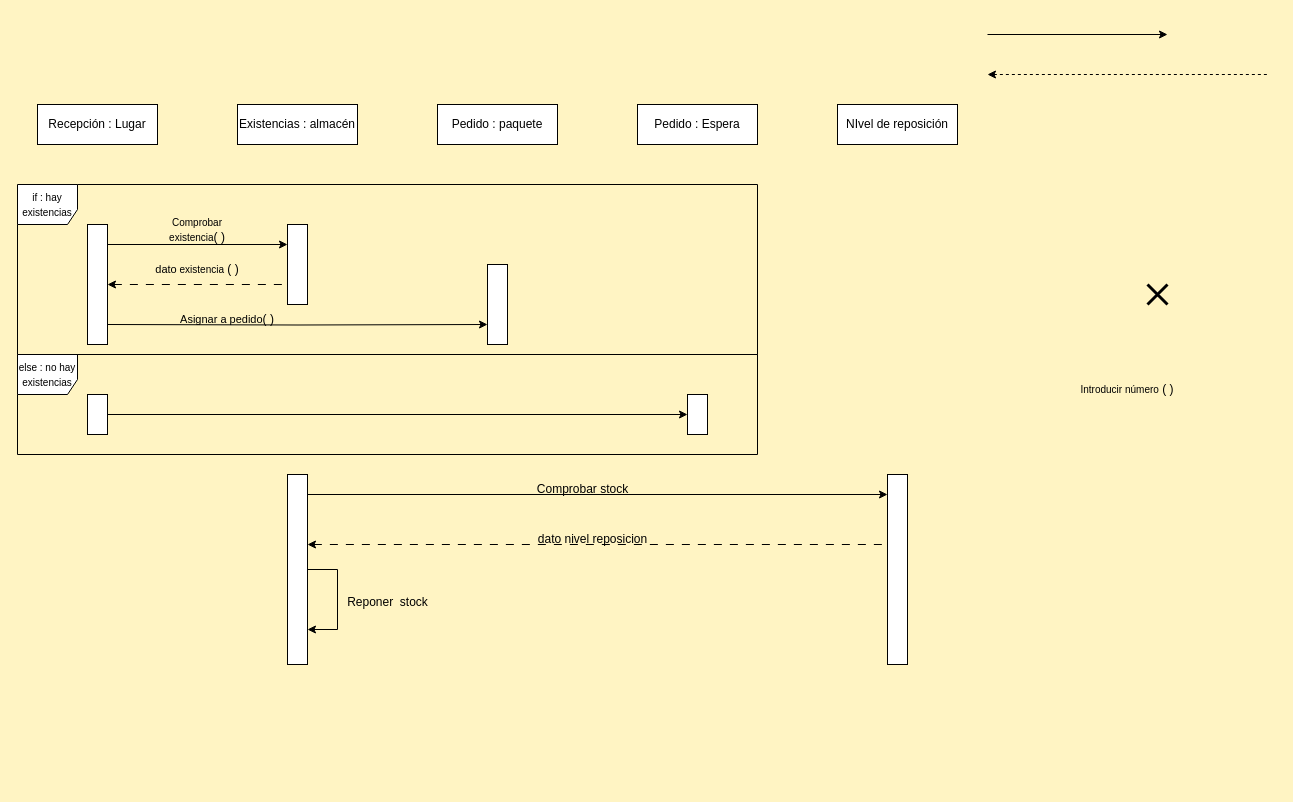
This is 02_Entornos de desarrollo/UT_6/Ejercicios06/Ejercicios/Ejer09/Ejer09.drawio from antgomper/Curso_23-24_DAW, a draw.io file, before an edit. Source tidied: cells renumbered, new cells numbered last; positions are measured from the earlier drawing's top-left corner, leaving out a move shared by most shapes. Both pictures are drawn from the tidied source at 100%, with x=0, y=0 at pixel (17, 34).
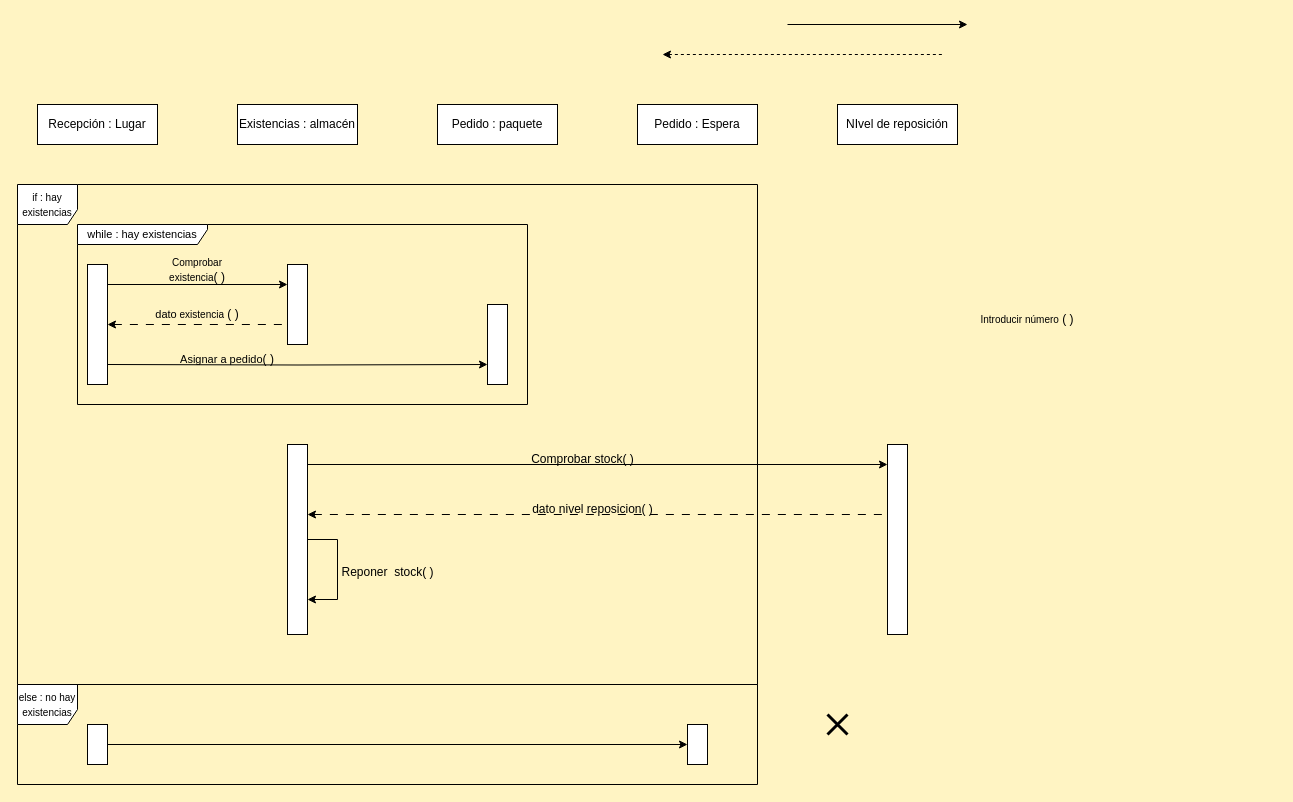
After the change.

Commit message (it also covers changes not shown here):
mas de entornos

What changed in the source:
```diff
@@
     <mxCell id="3" style="rounded=0;whiteSpace=wrap;html=1;" parent="1" vertex="1">
-      <mxGeometry x="70" y="190" width="20" height="120" as="geometry" />
+      <mxGeometry x="70" y="230" width="20" height="120" as="geometry" />
     </mxCell>
     <mxCell id="4" value="&lt;font style=&quot;font-size: 10px;&quot;&gt;Introducir número&lt;/font&gt; ( )" style="text;html=1;align=center;verticalAlign=middle;whiteSpace=wrap;rounded=0;" parent="1" vertex="1">
-      <mxGeometry x="1060" y="340" width="100" height="30" as="geometry" />
+      <mxGeometry x="960" y="270" width="100" height="30" as="geometry" />
     </mxCell>
     <mxCell id="5" style="edgeStyle=orthogonalEdgeStyle;rounded=0;orthogonalLoop=1;jettySize=auto;html=1;exitX=1;exitY=0.5;exitDx=0;exitDy=0;startArrow=classic;startFill=1;endArrow=none;endFill=0;dashed=1;" parent="1" edge="1">
       <mxGeometry relative="1" as="geometry">
-        <mxPoint x="970" y="40" as="sourcePoint" />
-        <mxPoint x="1250" y="40" as="targetPoint" />
+        <mxPoint x="645" y="20" as="sourcePoint" />
+        <mxPoint x="925" y="20" as="targetPoint" />
       </mxGeometry>
     </mxCell>
     <mxCell id="6" style="shape=umlDestroy;whiteSpace=wrap;html=1;strokeWidth=3;targetShapes=umlLifeline;" parent="1" vertex="1">
-      <mxGeometry x="1130" y="250" width="20" height="20" as="geometry" />
+      <mxGeometry x="810" y="680" width="20" height="20" as="geometry" />
     </mxCell>
     <mxCell id="7" style="edgeStyle=orthogonalEdgeStyle;rounded=0;jettySize=auto;html=1;exitX=1;exitY=0.5;exitDx=0;exitDy=0;entryX=0;entryY=0.75;entryDx=0;entryDy=0;" parent="1" edge="1" target="18">
       <mxGeometry relative="1" as="geometry">
-        <mxPoint x="90" y="290" as="sourcePoint" />
+        <mxPoint x="90" y="330" as="sourcePoint" />
       </mxGeometry>
     </mxCell>
@@
     <mxCell id="11" style="rounded=0;whiteSpace=wrap;html=1;" parent="1" vertex="1">
-      <mxGeometry x="270" y="190" width="20" height="80" as="geometry" />
+      <mxGeometry x="270" y="230" width="20" height="80" as="geometry" />
     </mxCell>
     <mxCell id="12" style="edgeStyle=orthogonalEdgeStyle;rounded=0;orthogonalLoop=1;jettySize=auto;html=1;exitX=1;exitY=0.25;exitDx=0;exitDy=0;entryX=0;entryY=0.25;entryDx=0;entryDy=0;" parent="1" edge="1">
       <mxGeometry relative="1" as="geometry">
-        <mxPoint x="970" as="sourcePoint" />
-        <mxPoint x="1150" as="targetPoint" />
+        <mxPoint x="770" y="-10" as="sourcePoint" />
+        <mxPoint x="950" y="-10" as="targetPoint" />
       </mxGeometry>
     </mxCell>
     <mxCell id="13" style="edgeStyle=orthogonalEdgeStyle;rounded=0;orthogonalLoop=1;jettySize=auto;html=1;exitX=1;exitY=0.25;exitDx=0;exitDy=0;entryX=0;entryY=0.25;entryDx=0;entryDy=0;" parent="1" edge="1">
       <mxGeometry relative="1" as="geometry">
-        <mxPoint x="90" y="210" as="sourcePoint" />
-        <mxPoint x="270" y="210" as="targetPoint" />
+        <mxPoint x="90" y="250" as="sourcePoint" />
+        <mxPoint x="270" y="250" as="targetPoint" />
       </mxGeometry>
     </mxCell>
     <mxCell id="14" value="&lt;font style=&quot;font-size: 10px;&quot;&gt;Comprobar&lt;/font&gt;&lt;font style=&quot;font-size: 10px;&quot;&gt; &lt;/font&gt;&lt;font style=&quot;font-size: 10px;&quot;&gt;existencia&lt;/font&gt;( )" style="text;html=1;align=center;verticalAlign=middle;whiteSpace=wrap;rounded=0;" parent="1" vertex="1">
-      <mxGeometry x="130" y="180" width="100" height="30" as="geometry" />
+      <mxGeometry x="130" y="220" width="100" height="30" as="geometry" />
     </mxCell>
     <mxCell id="15" value="&lt;font style=&quot;font-size: 11px;&quot;&gt;dato&lt;/font&gt;&lt;font style=&quot;font-size: 10px;&quot;&gt; &lt;/font&gt;&lt;font style=&quot;font-size: 10px;&quot;&gt;existencia&lt;/font&gt; ( )" style="text;html=1;align=center;verticalAlign=middle;whiteSpace=wrap;rounded=0;" parent="1" vertex="1">
-      <mxGeometry x="130" y="220" width="100" height="30" as="geometry" />
+      <mxGeometry x="130" y="265" width="100" height="30" as="geometry" />
     </mxCell>
     <mxCell id="16" style="edgeStyle=orthogonalEdgeStyle;rounded=0;orthogonalLoop=1;jettySize=auto;html=1;exitX=1;exitY=0.25;exitDx=0;exitDy=0;entryX=0;entryY=0.25;entryDx=0;entryDy=0;startArrow=classic;startFill=1;endArrow=none;endFill=0;dashed=1;dashPattern=8 8;" parent="1" edge="1">
       <mxGeometry relative="1" as="geometry">
-        <mxPoint x="90" y="250" as="sourcePoint" />
-        <mxPoint x="270" y="250" as="targetPoint" />
+        <mxPoint x="90" y="290" as="sourcePoint" />
+        <mxPoint x="270" y="290" as="targetPoint" />
       </mxGeometry>
     </mxCell>
     <mxCell id="17" value="&lt;font style=&quot;font-size: 10px;&quot;&gt;if : hay existencias&lt;/font&gt;" style="shape=umlFrame;whiteSpace=wrap;html=1;width=60;height=40;" parent="1" vertex="1">
-      <mxGeometry y="150" width="740" height="170" as="geometry" />
+      <mxGeometry y="150" width="740" height="500" as="geometry" />
     </mxCell>
     <mxCell id="18" style="rounded=0;whiteSpace=wrap;html=1;" parent="1" vertex="1">
-      <mxGeometry x="470" y="230" width="20" height="80" as="geometry" />
+      <mxGeometry x="470" y="270" width="20" height="80" as="geometry" />
     </mxCell>
     <mxCell id="19" value="&lt;font style=&quot;font-size: 11px;&quot;&gt;Asignar a pedido&lt;/font&gt;( )" style="text;html=1;align=center;verticalAlign=middle;whiteSpace=wrap;rounded=0;" parent="1" vertex="1">
-      <mxGeometry x="160" y="270" width="100" height="30" as="geometry" />
+      <mxGeometry x="160" y="310" width="100" height="30" as="geometry" />
     </mxCell>
@@
     <mxCell id="21" value="&lt;font style=&quot;font-size: 10px;&quot;&gt;else&lt;/font&gt;&lt;font style=&quot;font-size: 10px;&quot;&gt; : no hay existencias&lt;/font&gt;" style="shape=umlFrame;whiteSpace=wrap;html=1;width=60;height=40;" parent="1" vertex="1">
-      <mxGeometry y="320" width="740" height="100" as="geometry" />
+      <mxGeometry y="650" width="740" height="100" as="geometry" />
     </mxCell>
@@
     <mxCell id="23" style="rounded=0;whiteSpace=wrap;html=1;" parent="1" vertex="1">
-      <mxGeometry x="70" y="360" width="20" height="40" as="geometry" />
+      <mxGeometry x="70" y="690" width="20" height="40" as="geometry" />
     </mxCell>
     <mxCell id="24" style="rounded=0;whiteSpace=wrap;html=1;" parent="1" vertex="1">
-      <mxGeometry x="670" y="360" width="20" height="40" as="geometry" />
+      <mxGeometry x="670" y="690" width="20" height="40" as="geometry" />
     </mxCell>
     <mxCell id="25" style="rounded=0;whiteSpace=wrap;html=1;" parent="1" vertex="1">
-      <mxGeometry x="270" y="440" width="20" height="190" as="geometry" />
+      <mxGeometry x="270" y="410" width="20" height="190" as="geometry" />
     </mxCell>
-    <mxCell id="26" value="Comprobar stock" style="text;html=1;align=center;verticalAlign=middle;strokeColor=none;fillColor=none;" parent="1" vertex="1">
-      <mxGeometry x="510" y="440" width="110" height="30" as="geometry" />
+    <mxCell id="26" value="Comprobar stock( )" style="text;html=1;align=center;verticalAlign=middle;strokeColor=none;fillColor=none;" parent="1" vertex="1">
+      <mxGeometry x="500" y="410" width="130" height="30" as="geometry" />
     </mxCell>
     <mxCell id="27" style="edgeStyle=orthogonalEdgeStyle;rounded=0;orthogonalLoop=1;jettySize=auto;html=1;exitX=1;exitY=0.25;exitDx=0;exitDy=0;entryX=1;entryY=0.75;entryDx=0;entryDy=0;" parent="1" edge="1">
       <mxGeometry relative="1" as="geometry">
-        <mxPoint x="290" y="535" as="sourcePoint" />
-        <mxPoint x="290" y="595" as="targetPoint" />
+        <mxPoint x="290" y="505" as="sourcePoint" />
+        <mxPoint x="290" y="565" as="targetPoint" />
         <Array as="points">
-          <mxPoint x="320" y="535" />
-          <mxPoint x="320" y="595" />
+          <mxPoint x="320" y="505" />
+          <mxPoint x="320" y="565" />
         </Array>
       </mxGeometry>
     </mxCell>
-    <mxCell id="28" value="Reponer&amp;nbsp; stock" style="text;html=1;align=center;verticalAlign=middle;strokeColor=none;fillColor=none;" parent="1" vertex="1">
-      <mxGeometry x="320" y="553" width="100" height="30" as="geometry" />
+    <mxCell id="28" value="Reponer&amp;nbsp; stock( )" style="text;html=1;align=center;verticalAlign=middle;strokeColor=none;fillColor=none;" parent="1" vertex="1">
+      <mxGeometry x="310" y="523" width="120" height="30" as="geometry" />
     </mxCell>
     <mxCell id="29" style="rounded=0;whiteSpace=wrap;html=1;" parent="1" vertex="1">
-      <mxGeometry x="870" y="440" width="20" height="190" as="geometry" />
+      <mxGeometry x="870" y="410" width="20" height="190" as="geometry" />
     </mxCell>
     <mxCell id="30" style="edgeStyle=orthogonalEdgeStyle;rounded=0;orthogonalLoop=1;jettySize=auto;html=1;exitX=1;exitY=0.25;exitDx=0;exitDy=0;entryX=0;entryY=0.25;entryDx=0;entryDy=0;" parent="1" edge="1">
       <mxGeometry relative="1" as="geometry">
-        <mxPoint x="290" y="460" as="sourcePoint" />
-        <mxPoint x="870" y="460" as="targetPoint" />
+        <mxPoint x="290" y="430" as="sourcePoint" />
+        <mxPoint x="870" y="430" as="targetPoint" />
       </mxGeometry>
     </mxCell>
     <mxCell id="31" style="edgeStyle=orthogonalEdgeStyle;rounded=0;orthogonalLoop=1;jettySize=auto;html=1;exitX=1;exitY=0.25;exitDx=0;exitDy=0;entryX=0;entryY=0.25;entryDx=0;entryDy=0;dashed=1;dashPattern=8 8;endArrow=none;endFill=0;startArrow=classic;startFill=1;" parent="1" edge="1">
       <mxGeometry relative="1" as="geometry">
-        <mxPoint x="290" y="510" as="sourcePoint" />
-        <mxPoint x="870" y="510" as="targetPoint" />
+        <mxPoint x="290" y="480" as="sourcePoint" />
+        <mxPoint x="870" y="480" as="targetPoint" />
       </mxGeometry>
     </mxCell>
-    <mxCell id="32" value="dato nivel reposicion" style="text;html=1;align=center;verticalAlign=middle;strokeColor=none;fillColor=none;" parent="1" vertex="1">
-      <mxGeometry x="510" y="490" width="130" height="30" as="geometry" />
+    <mxCell id="32" value="dato nivel reposicion( )" style="text;html=1;align=center;verticalAlign=middle;strokeColor=none;fillColor=none;" parent="1" vertex="1">
+      <mxGeometry x="505" y="460" width="140" height="30" as="geometry" />
     </mxCell>
+    <mxCell id="33" value="&lt;font style=&quot;font-size: 11px;&quot;&gt;while : hay existencias&lt;br&gt;&lt;/font&gt;" style="shape=umlFrame;whiteSpace=wrap;html=1;width=130;height=20;" parent="1" vertex="1">
+      <mxGeometry x="60" y="190" width="450" height="180" as="geometry" />
+    </mxCell>
```
